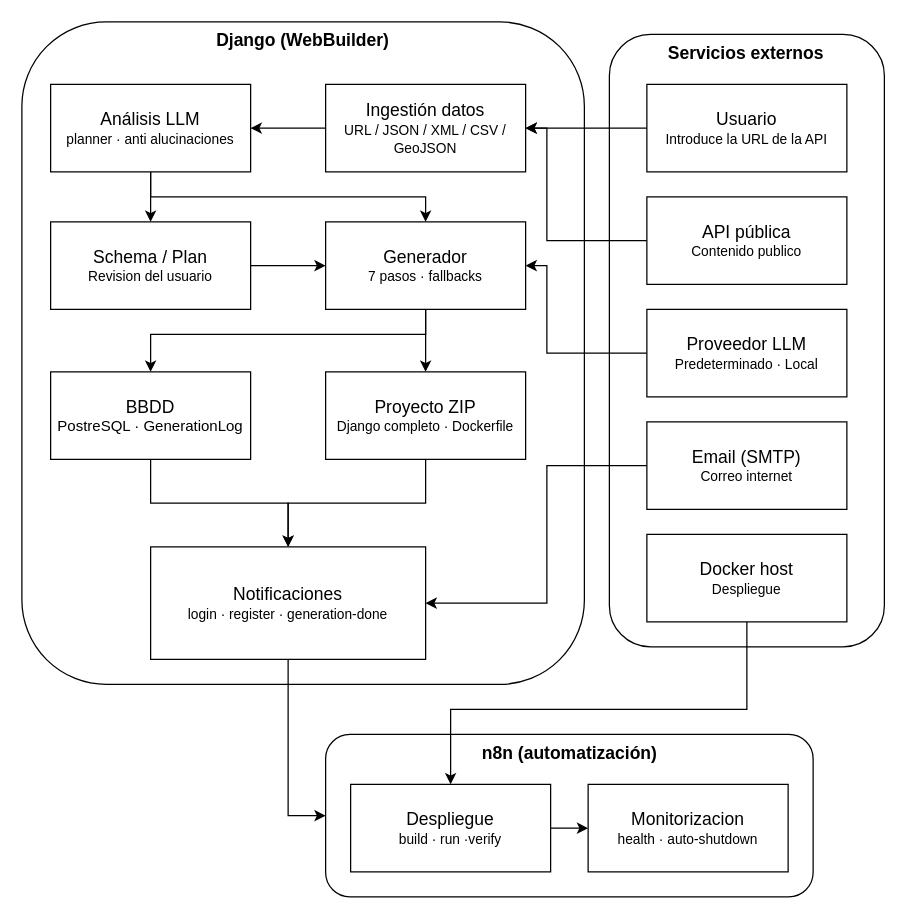
AlejandroTejero/MemoriaTFG-WebBuilder keeps this draw.io diagram as capitulos/disenoimplementacion/diagramas/arquitecturageneral.drawio. Above is the earlier version. Source tidied: cells renumbered, new cells numbered last; positions are measured from the earlier drawing's top-left corner, leaving out a move shared by most shapes. Both pictures are drawn from the tidied source at 125%, with x=0, y=0 at pixel (21, 21).
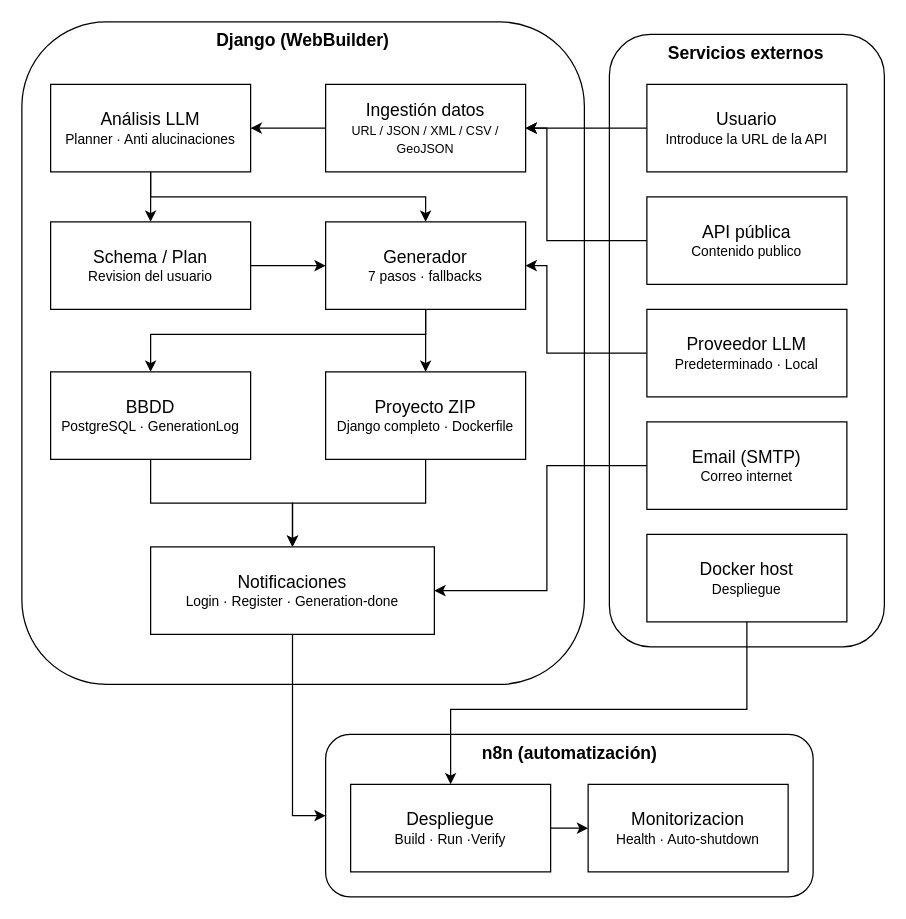
The same diagram, later.

The change refers to these unchanged cells:
```xml
<mxCell id="20" value="&lt;font&gt;&lt;span style=&quot;font-size: 14px&quot;&gt;Email (SMTP)&lt;/span&gt;&lt;br&gt;&lt;font style=&quot;font-size: 11px&quot;&gt;Correo internet&lt;/font&gt;&lt;br&gt;&lt;/font&gt;" style="rounded=0;whiteSpace=wrap;html=1;" parent="1" vertex="1">
  <mxGeometry x="500" y="320" width="160" height="70" as="geometry" />
</mxCell>
```

Change to the diagram source:
```diff
@@
-    <mxCell id="7" value="&lt;font&gt;&lt;span style=&quot;font-size: 14px&quot;&gt;Análisis LLM&lt;/span&gt;&lt;br&gt;&lt;font style=&quot;font-size: 11px&quot;&gt;planner · anti alucinaciones&lt;/font&gt;&lt;br&gt;&lt;/font&gt;" style="rounded=0;whiteSpace=wrap;html=1;" parent="1" vertex="1">
+    <mxCell id="7" value="&lt;font&gt;&lt;span style=&quot;font-size: 14px&quot;&gt;Análisis LLM&lt;/span&gt;&lt;br&gt;&lt;font style=&quot;font-size: 11px&quot;&gt;Planner · Anti alucinaciones&lt;/font&gt;&lt;br&gt;&lt;/font&gt;" style="rounded=0;whiteSpace=wrap;html=1;" parent="1" vertex="1">
       <mxGeometry x="23" y="50" width="160" height="70" as="geometry" />
     </mxCell>
@@
-    <mxCell id="9" value="&lt;font&gt;&lt;span style=&quot;font-size: 14px&quot;&gt;Ingestión datos&lt;/span&gt;&lt;br&gt;&lt;font style=&quot;font-size: 11px&quot;&gt;URL / JSON / XML / CSV / GeoJSON&lt;/font&gt;&lt;br&gt;&lt;/font&gt;" style="rounded=0;whiteSpace=wrap;html=1;" parent="1" vertex="1">
+    <mxCell id="9" value="&lt;font&gt;&lt;span style=&quot;font-size: 14px&quot;&gt;Ingestión datos&lt;/span&gt;&lt;br&gt;&lt;font style=&quot;font-size: 10px&quot;&gt;URL / JSON / XML / CSV / GeoJSON&lt;/font&gt;&lt;br&gt;&lt;/font&gt;" style="rounded=0;whiteSpace=wrap;html=1;" parent="1" vertex="1">
       <mxGeometry x="243" y="50" width="160" height="70" as="geometry" />
     </mxCell>
@@
-    <mxCell id="11" value="&lt;font&gt;&lt;span style=&quot;font-size: 14px&quot;&gt;BBDD&lt;/span&gt;&lt;br&gt;&lt;font style=&quot;font-size: 12px&quot;&gt;PostreSQL · GenerationLog&lt;/font&gt;&lt;br&gt;&lt;/font&gt;" style="rounded=0;whiteSpace=wrap;html=1;" parent="1" vertex="1">
+    <mxCell id="11" value="&lt;font&gt;&lt;span style=&quot;font-size: 14px&quot;&gt;BBDD&lt;/span&gt;&lt;br&gt;&lt;font style=&quot;font-size: 11px&quot;&gt;PostgreSQL · GenerationLog&lt;/font&gt;&lt;br&gt;&lt;/font&gt;" style="rounded=0;whiteSpace=wrap;html=1;" parent="1" vertex="1">
       <mxGeometry x="23" y="280" width="160" height="70" as="geometry" />
     </mxCell>
@@
-    <mxCell id="18" value="&lt;font&gt;&lt;span style=&quot;font-size: 14px&quot;&gt;Notificaciones&lt;/span&gt;&lt;br&gt;&lt;font style=&quot;font-size: 11px&quot;&gt;login · register · generation-done&lt;/font&gt;&lt;br&gt;&lt;/font&gt;" style="rounded=0;whiteSpace=wrap;html=1;" parent="1" vertex="1">
-      <mxGeometry x="103" y="420" width="220" height="90" as="geometry" />
+    <mxCell id="18" value="&lt;font&gt;&lt;span style=&quot;font-size: 14px&quot;&gt;Notificaciones&lt;/span&gt;&lt;br&gt;&lt;font style=&quot;font-size: 11px&quot;&gt;Login · Register · Generation-done&lt;/font&gt;&lt;br&gt;&lt;/font&gt;" style="rounded=0;whiteSpace=wrap;html=1;" parent="1" vertex="1">
+      <mxGeometry x="103" y="420" width="227" height="70" as="geometry" />
     </mxCell>
     <mxCell id="19" style="edgeStyle=orthogonalEdgeStyle;rounded=0;jettySize=auto;html=1;entryX=1;entryY=0.5;entryDx=0;entryDy=0;" parent="1" edge="1" source="20" target="18">
       <mxGeometry relative="1" as="geometry">
         <Array as="points">
           <mxPoint x="420" y="355" />
-          <mxPoint x="420" y="465" />
+          <mxPoint x="420" y="455" />
         </Array>
       </mxGeometry>
     </mxCell>
@@
-    <mxCell id="29" value="&lt;font&gt;&lt;font style=&quot;font-size: 14px&quot;&gt;Monitorizacion&lt;/font&gt;&lt;br&gt;&lt;span style=&quot;font-size: 11px&quot;&gt;health&lt;/span&gt;&lt;span style=&quot;font-size: 11px&quot;&gt;&amp;nbsp;· auto-shutdown&lt;/span&gt;&lt;br&gt;&lt;/font&gt;" style="rounded=0;whiteSpace=wrap;html=1;" parent="1" vertex="1">
+    <mxCell id="29" value="&lt;font&gt;&lt;font style=&quot;font-size: 14px&quot;&gt;Monitorizacion&lt;/font&gt;&lt;br&gt;&lt;span style=&quot;font-size: 11px&quot;&gt;Health&lt;/span&gt;&lt;span style=&quot;font-size: 11px&quot;&gt;&amp;nbsp;· Auto-shutdown&lt;/span&gt;&lt;br&gt;&lt;/font&gt;" style="rounded=0;whiteSpace=wrap;html=1;" parent="1" vertex="1">
       <mxGeometry x="453" y="610" width="160" height="70" as="geometry" />
     </mxCell>
@@
-    <mxCell id="31" value="&lt;font&gt;&lt;font style=&quot;font-size: 14px&quot;&gt;Despliegue&lt;/font&gt;&lt;br&gt;&lt;span style=&quot;font-size: 11px&quot;&gt;build&lt;/span&gt;&lt;span style=&quot;font-size: 11px&quot;&gt;&amp;nbsp;· run&lt;/span&gt;&lt;span style=&quot;font-size: 11px&quot;&gt;&amp;nbsp;·verify&lt;/span&gt;&lt;br&gt;&lt;/font&gt;" style="rounded=0;whiteSpace=wrap;html=1;" parent="1" vertex="1">
+    <mxCell id="31" value="&lt;font&gt;&lt;font style=&quot;font-size: 14px&quot;&gt;Despliegue&lt;/font&gt;&lt;br&gt;&lt;span style=&quot;font-size: 11px&quot;&gt;Build&lt;/span&gt;&lt;span style=&quot;font-size: 11px&quot;&gt;&amp;nbsp;· Run&lt;/span&gt;&lt;span style=&quot;font-size: 11px&quot;&gt;&amp;nbsp;·Verify&lt;/span&gt;&lt;br&gt;&lt;/font&gt;" style="rounded=0;whiteSpace=wrap;html=1;" parent="1" vertex="1">
       <mxGeometry x="263" y="610" width="160" height="70" as="geometry" />
     </mxCell>
```
